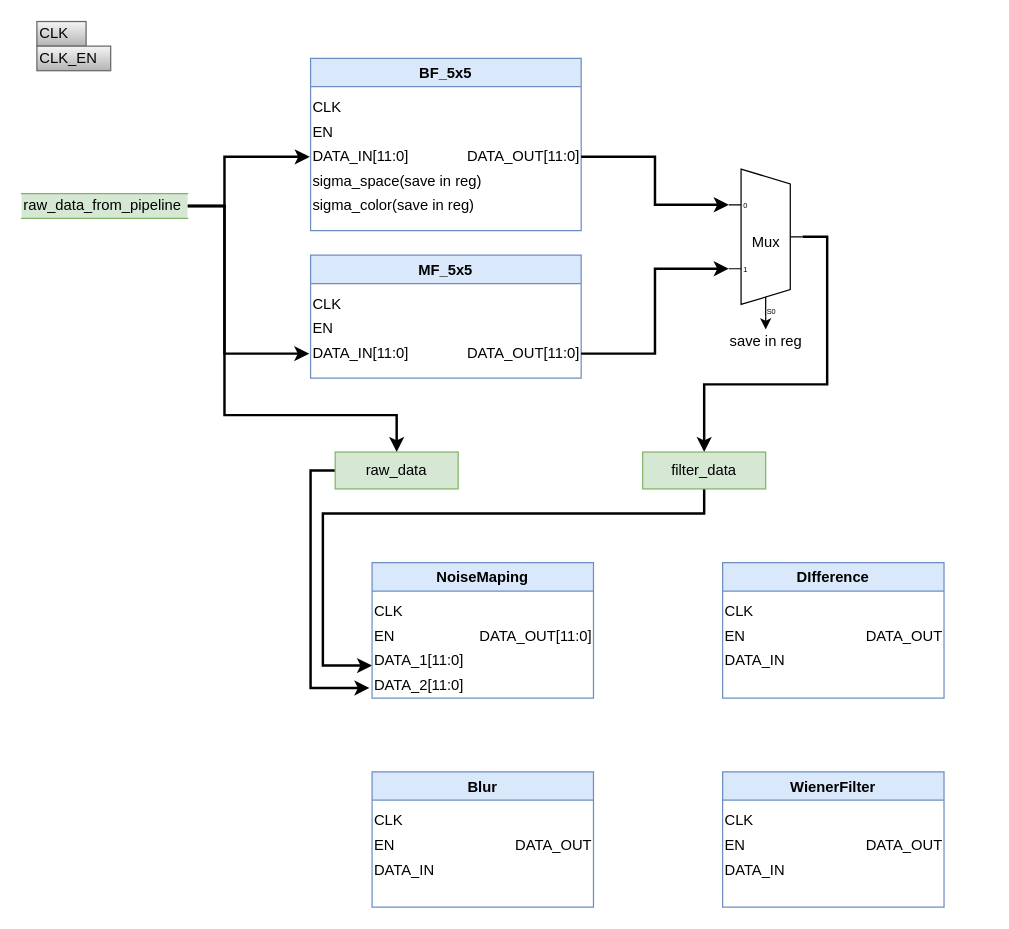
Above: page "ModulePartation" (2 of 2) of 3DNR/3DNR_hardware.drawio in sustcsugar/draw.io (draw.io), before the change. Source tidied: cells renumbered, new cells numbered last; positions are measured from the earlier drawing's top-left corner, leaving out a move shared by most shapes. Both pictures are drawn from the tidied source at 123%, with x=0, y=0 at pixel (21, 21).
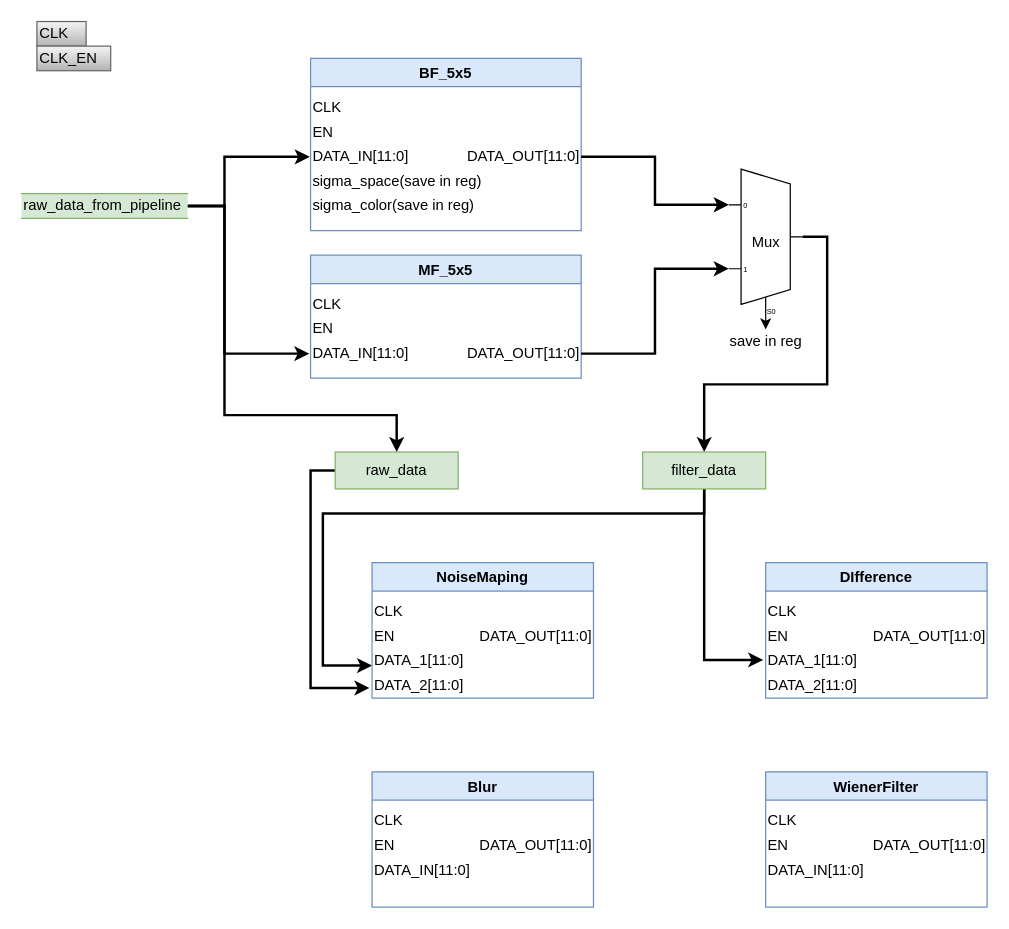
After the change.

Commit message:
2021-11-08 17:31:36 from SHI Gang

Unchanged cells that the change refers to:
```xml
<mxCell id="24" value="filter_data" style="rounded=0;whiteSpace=wrap;html=1;align=center;fillColor=#d5e8d4;strokeColor=#82b366;" parent="1" vertex="1">
  <mxGeometry x="505" y="350" width="100" height="30" as="geometry" />
</mxCell>
<mxCell id="46" value="Blur" style="swimlane;fillColor=#dae8fc;strokeColor=#6c8ebf;" parent="1" vertex="1">
  <mxGeometry x="285" y="610" width="180" height="110" as="geometry" />
</mxCell>
```

The edit, as a diff of the source:
```diff
@@
+    <mxCell id="51" style="edgeStyle=orthogonalEdgeStyle;rounded=0;jettySize=auto;html=1;entryX=-0.022;entryY=0.45;entryDx=0;entryDy=0;entryPerimeter=0;strokeWidth=2;" parent="1" edge="1" source="24" target="39">
+      <mxGeometry relative="1" as="geometry">
+        <Array as="points">
+          <mxPoint x="555" y="519" />
+        </Array>
+      </mxGeometry>
+    </mxCell>
@@
     <mxCell id="36" value="DIfference" style="swimlane;align=center;fillColor=#dae8fc;strokeColor=#6c8ebf;" parent="1" vertex="1">
-      <mxGeometry x="570" y="440" width="180" height="110" as="geometry" />
+      <mxGeometry x="605" y="440" width="180" height="110" as="geometry" />
     </mxCell>
@@
-    <mxCell id="39" value="DATA_IN" style="text;html=1;align=left;verticalAlign=middle;points=[];strokeColor=none;fillColor=none;" parent="36" vertex="1">
-      <mxGeometry y="70" width="60" height="20" as="geometry" />
+    <mxCell id="39" value="DATA_1[11:0]" style="text;html=1;align=left;verticalAlign=middle;points=[];strokeColor=none;fillColor=none;" parent="36" vertex="1">
+      <mxGeometry y="70" width="90" height="20" as="geometry" />
     </mxCell>
-    <mxCell id="40" value="DATA_OUT" style="text;html=1;align=right;verticalAlign=middle;strokeColor=none;fillColor=none;" parent="36" vertex="1">
-      <mxGeometry x="100" y="50" width="80" height="20" as="geometry" />
+    <mxCell id="40" value="DATA_OUT[11:0]" style="text;html=1;align=right;verticalAlign=middle;strokeColor=none;fillColor=none;" parent="36" vertex="1">
+      <mxGeometry x="70" y="50" width="110" height="20" as="geometry" />
     </mxCell>
+    <mxCell id="52" value="DATA_2[11:0]" style="text;html=1;align=left;verticalAlign=middle;strokeColor=none;fillColor=none;" parent="36" vertex="1">
+      <mxGeometry y="90" width="90" height="20" as="geometry" />
+    </mxCell>
     <mxCell id="41" value="WienerFilter" style="swimlane;fillColor=#dae8fc;strokeColor=#6c8ebf;" parent="1" vertex="1">
-      <mxGeometry x="570" y="610" width="180" height="110" as="geometry" />
+      <mxGeometry x="605" y="610" width="180" height="110" as="geometry" />
     </mxCell>
@@
-    <mxCell id="44" value="DATA_IN" style="text;html=1;align=left;verticalAlign=middle;strokeColor=none;fillColor=none;" parent="41" vertex="1">
-      <mxGeometry y="70" width="60" height="20" as="geometry" />
+    <mxCell id="44" value="DATA_IN[11:0]" style="text;html=1;align=left;verticalAlign=middle;strokeColor=none;fillColor=none;" parent="41" vertex="1">
+      <mxGeometry y="70" width="90" height="20" as="geometry" />
     </mxCell>
-    <mxCell id="45" value="DATA_OUT" style="text;html=1;align=right;verticalAlign=middle;strokeColor=none;fillColor=none;" parent="41" vertex="1">
-      <mxGeometry x="100" y="50" width="80" height="20" as="geometry" />
+    <mxCell id="45" value="DATA_OUT[11:0]" style="text;html=1;align=right;verticalAlign=middle;strokeColor=none;fillColor=none;" parent="41" vertex="1">
+      <mxGeometry x="70" y="50" width="110" height="20" as="geometry" />
     </mxCell>
@@
-    <mxCell id="49" value="DATA_IN" style="text;html=1;align=left;verticalAlign=middle;strokeColor=none;fillColor=none;" parent="46" vertex="1">
-      <mxGeometry y="70" width="60" height="20" as="geometry" />
+    <mxCell id="49" value="DATA_IN[11:0]" style="text;html=1;align=left;verticalAlign=middle;strokeColor=none;fillColor=none;" parent="46" vertex="1">
+      <mxGeometry y="70" width="90" height="20" as="geometry" />
     </mxCell>
-    <mxCell id="50" value="DATA_OUT" style="text;html=1;align=right;verticalAlign=middle;strokeColor=none;fillColor=none;" parent="46" vertex="1">
-      <mxGeometry x="100" y="50" width="80" height="20" as="geometry" />
+    <mxCell id="50" value="DATA_OUT[11:0]" style="text;html=1;align=right;verticalAlign=middle;strokeColor=none;fillColor=none;" parent="46" vertex="1">
+      <mxGeometry x="70" y="50" width="110" height="20" as="geometry" />
     </mxCell>
```
